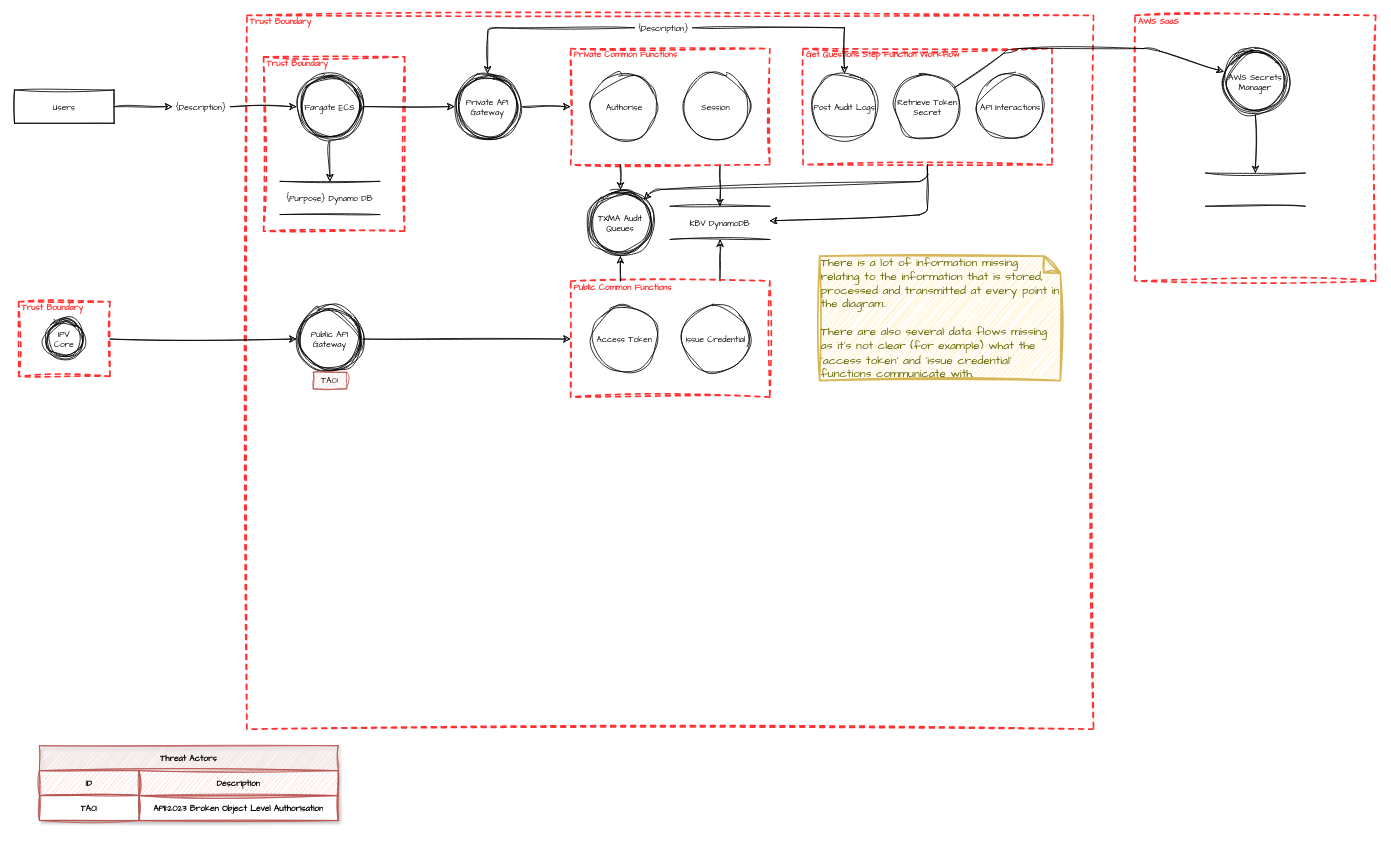
Earlier version of the draw.io diagram Untitled Diagram.drawio (Jim-Sweeting/Drawio). Source tidied: cells renumbered, new cells numbered last; positions are measured from the earlier drawing's top-left corner, leaving out a move shared by most shapes. Both pictures are drawn from the tidied source at 83%, with x=0, y=0 at pixel (14, 15).
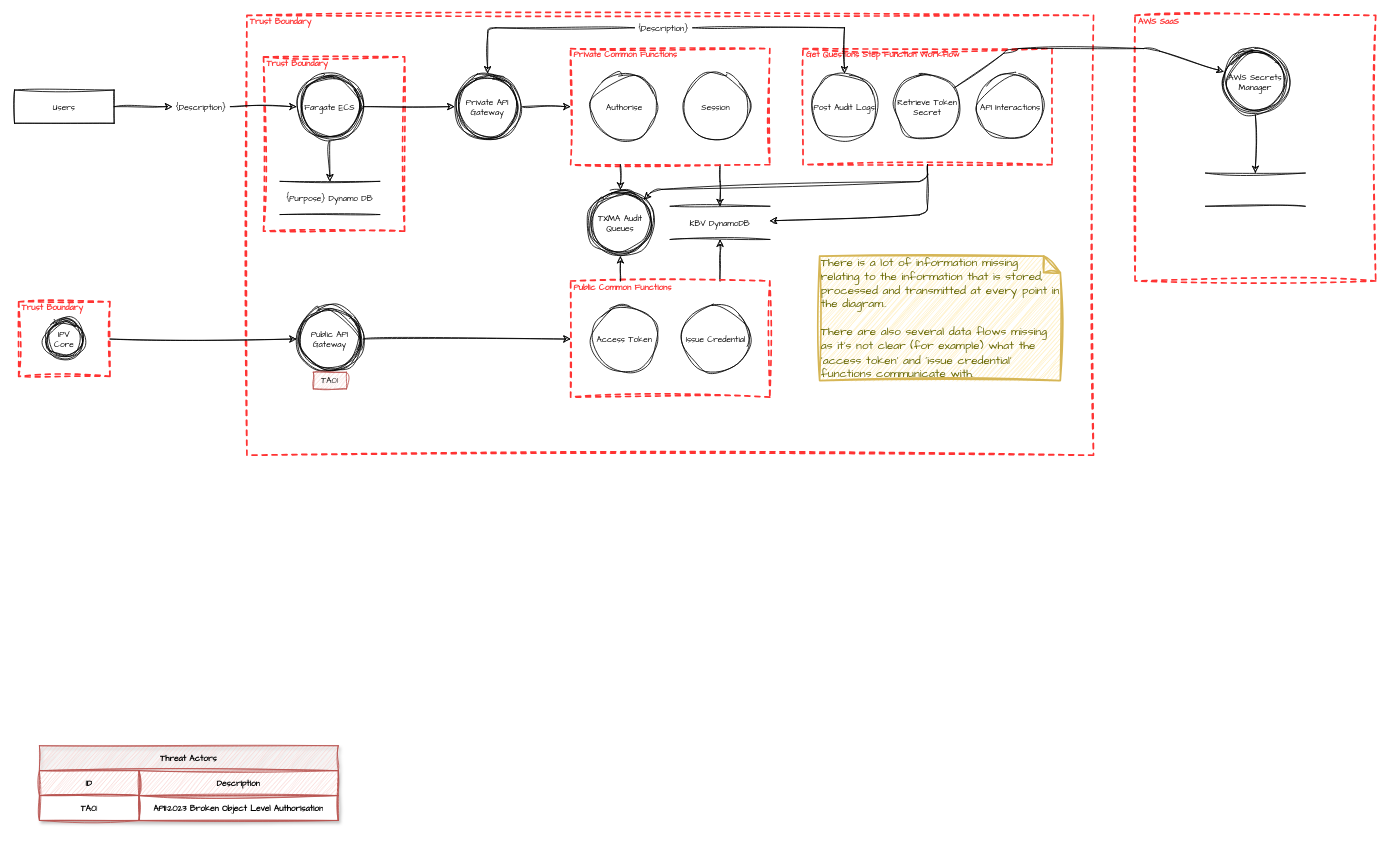
After the change.

Unchanged cells that the change refers to:
```xml
<mxCell id="11" value="Public API Gateway" style="ellipse;shape=doubleEllipse;whiteSpace=wrap;html=1;hachureGap=4;fontFamily=Architects Daughter;fontSize=10;rounded=0;sketch=1;curveFitting=1;jiggle=2;" parent="1" vertex="1">
  <mxGeometry x="340" y="350" width="80" height="80" as="geometry" />
</mxCell>
<mxCell id="23" value="Public Common Functions" style="html=1;fontColor=#FF3333;fontStyle=1;align=left;verticalAlign=top;spacing=0;labelBorderColor=none;fillColor=none;dashed=1;strokeWidth=2;strokeColor=#FF3333;spacingLeft=4;spacingTop=-3;fontSize=10;sketch=1;curveFitting=1;jiggle=2;rounded=0;fontFamily=Architects Daughter;" parent="1" vertex="1">
  <mxGeometry x="670" y="320" width="240" height="140" as="geometry" />
</mxCell>
```

The edit, as a diff of the source:
```diff
@@
     <mxCell id="2" value="Trust Boundary" style="html=1;fontColor=#FF3333;fontStyle=1;align=left;verticalAlign=top;spacing=0;labelBorderColor=none;fillColor=none;dashed=1;strokeWidth=2;strokeColor=#FF3333;spacingLeft=4;spacingTop=-3;hachureGap=4;fontFamily=Architects Daughter;fontSize=10;rounded=0;sketch=1;curveFitting=1;jiggle=2;" parent="1" vertex="1">
-      <mxGeometry x="280" width="1020" height="860" as="geometry" />
+      <mxGeometry x="280" width="1020" height="530" as="geometry" />
     </mxCell>
@@
-    <mxCell id="26" style="endArrow=classic;html=1;fontColor=#FF3333;rounded=0;entryX=0;entryY=0.5;entryDx=0;entryDy=0;sketch=1;curveFitting=1;jiggle=2;fontFamily=Architects Daughter;fontSize=10;" parent="1" edge="1" source="11" target="23">
+    <mxCell id="26" style="endArrow=classic;html=1;fontColor=#FF3333;rounded=0;entryX=0;entryY=0.5;entryDx=0;entryDy=0;sketch=1;curveFitting=1;jiggle=2;fontFamily=Architects Daughter;fontSize=10;edgeStyle=orthogonalEdgeStyle;curved=1;" parent="1" edge="1" source="11" target="23">
       <mxGeometry relative="1" as="geometry" />
     </mxCell>
```
